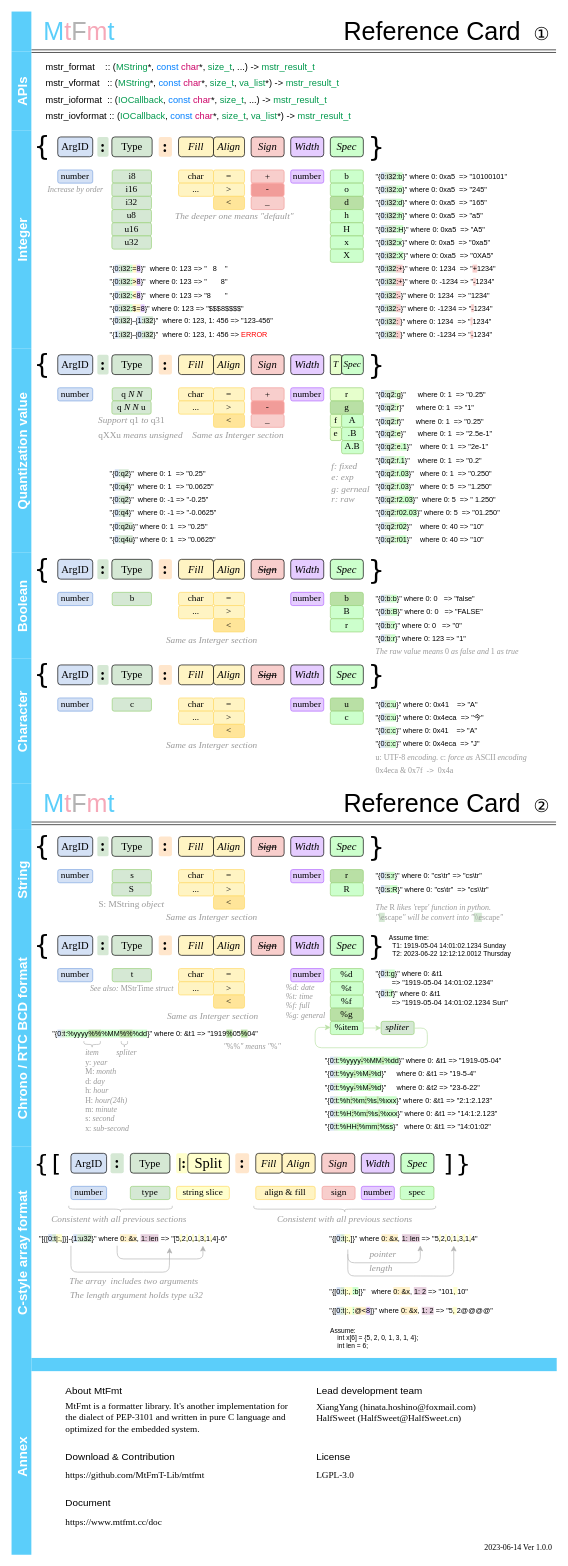
The draw.io diagram refcard.drawio in MtFmT-Lib/mtfmt, before the edit. Source tidied: cells renumbered, new cells numbered last; positions are measured from the earlier drawing's top-left corner, leaving out a move shared by most shapes. Both pictures are drawn from the tidied source at 66%, with x=0, y=0 at pixel (11, 11).
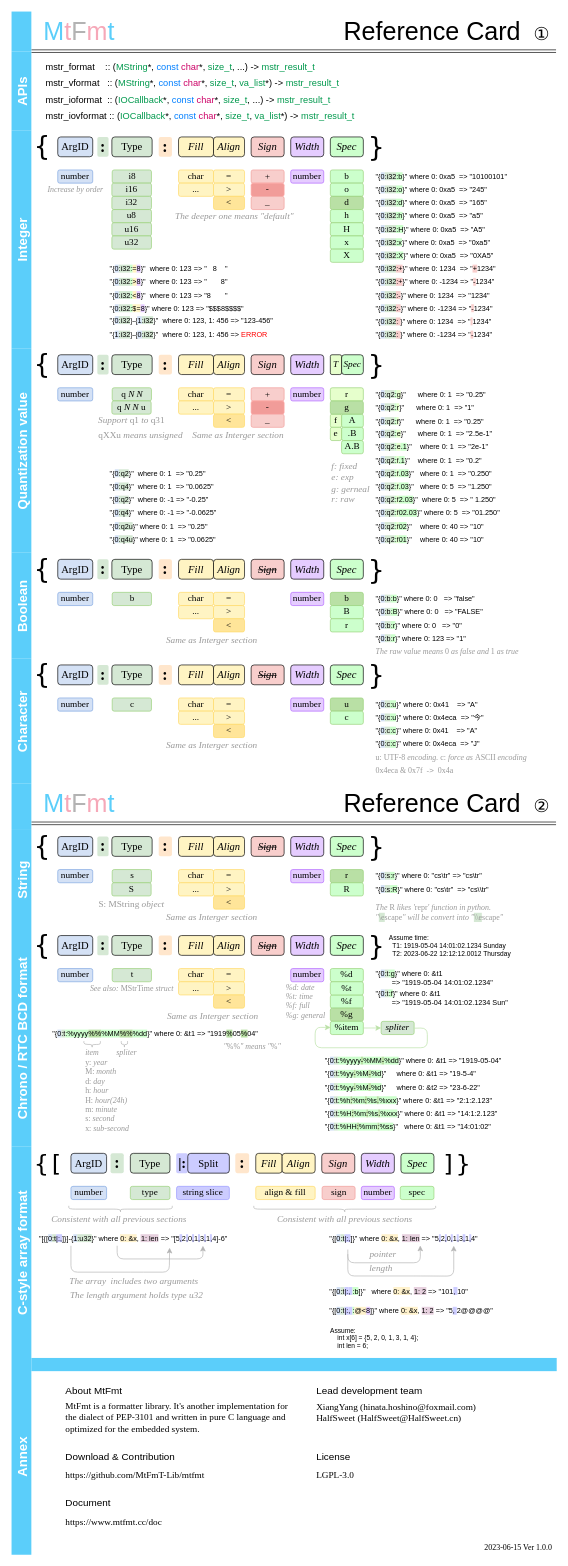
The same page after the edit.

Commit message:
fix: font size; bg color

The change refers to these unchanged cells:
```xml
<mxCell id="5" value="APIs" style="swimlane;horizontal=0;labelBackgroundColor=none;fontFamily=Yu Gothic UI Semibold;fontSize=20;fontColor=#FFFFFF;strokeColor=none;fillColor=#5BCEFA;swimlaneFillColor=none;startSize=30;" parent="1" vertex="1">
  <mxGeometry y="60" width="810" height="120" as="geometry" />
</mxCell>
<mxCell id="254" value="C-style array format" style="swimlane;horizontal=0;labelBackgroundColor=none;fontFamily=Yu Gothic UI Semibold;fontSize=20;fontColor=#FFFFFF;strokeColor=none;fillColor=#5BCEFA;swimlaneFillColor=none;startSize=30;" parent="1" vertex="1">
  <mxGeometry y="1720" width="820" height="320" as="geometry" />
</mxCell>
<mxCell id="298" value="Annex" style="swimlane;horizontal=0;labelBackgroundColor=none;fontFamily=Yu Gothic UI Semibold;fontSize=20;fontColor=#FFFFFF;strokeColor=none;fillColor=#5BCEFA;swimlaneFillColor=none;startSize=30;" parent="1" vertex="1">
  <mxGeometry y="2040" width="826" height="298" as="geometry" />
</mxCell>
```

Diff of the diagram source:
```diff
@@
-    <mxCell id="8" value="&lt;font face=&quot;Cascadia Code&quot; style=&quot;font-size: 14px;&quot;&gt;mstr_ioformat&amp;nbsp; :: (&lt;/font&gt;&lt;span style=&quot;color: rgb(0, 153, 77); font-family: &amp;quot;Cascadia Code&amp;quot;;&quot;&gt;IOCallback&lt;/span&gt;&lt;font face=&quot;Cascadia Code&quot; style=&quot;font-size: 14px;&quot;&gt;, &lt;font color=&quot;#007fff&quot;&gt;const&lt;/font&gt; &lt;font color=&quot;#cc0066&quot;&gt;char&lt;/font&gt;*, &lt;font color=&quot;#00994d&quot;&gt;size_t&lt;/font&gt;, ...) -&amp;gt; &lt;font color=&quot;#00994d&quot;&gt;mstr_result_t&lt;/font&gt;&amp;nbsp;&lt;/font&gt;" style="text;html=1;strokeColor=none;fillColor=none;align=left;verticalAlign=middle;whiteSpace=wrap;rounded=0;labelBackgroundColor=none;fontFamily=Times New Roman;fontSize=14;fontColor=#000000;" parent="5" vertex="1">
+    <mxCell id="8" value="&lt;font face=&quot;Cascadia Code&quot; style=&quot;font-size: 14px;&quot;&gt;mstr_ioformat&amp;nbsp; :: (&lt;/font&gt;&lt;span style=&quot;color: rgb(0, 153, 77); font-family: &amp;quot;Cascadia Code&amp;quot;;&quot;&gt;IOCallback&lt;/span&gt;&lt;span style=&quot;font-family: &amp;quot;Cascadia Code&amp;quot;;&quot;&gt;*&lt;/span&gt;&lt;font face=&quot;Cascadia Code&quot; style=&quot;font-size: 14px;&quot;&gt;, &lt;font color=&quot;#007fff&quot;&gt;const&lt;/font&gt; &lt;font color=&quot;#cc0066&quot;&gt;char&lt;/font&gt;*, &lt;font color=&quot;#00994d&quot;&gt;size_t&lt;/font&gt;, ...) -&amp;gt; &lt;font color=&quot;#00994d&quot;&gt;mstr_result_t&lt;/font&gt;&amp;nbsp;&lt;/font&gt;" style="text;html=1;strokeColor=none;fillColor=none;align=left;verticalAlign=middle;whiteSpace=wrap;rounded=0;labelBackgroundColor=none;fontFamily=Times New Roman;fontSize=14;fontColor=#000000;" parent="5" vertex="1">
       <mxGeometry x="50" y="61" width="736" height="25" as="geometry" />
     </mxCell>
-    <mxCell id="9" value="&lt;font face=&quot;Cascadia Code&quot; style=&quot;font-size: 14px;&quot;&gt;mstr_iovformat :: (&lt;/font&gt;&lt;span style=&quot;color: rgb(0, 153, 77); font-family: &amp;quot;Cascadia Code&amp;quot;;&quot;&gt;IOCallback&lt;/span&gt;&lt;font face=&quot;Cascadia Code&quot; style=&quot;font-size: 14px;&quot;&gt;, &lt;font color=&quot;#007fff&quot;&gt;const&lt;/font&gt; &lt;font color=&quot;#cc0066&quot;&gt;char&lt;/font&gt;*, &lt;font color=&quot;#00994d&quot;&gt;size_t&lt;/font&gt;,&amp;nbsp;&lt;/font&gt;&lt;span style=&quot;color: rgb(0, 153, 77); font-family: &amp;quot;Cascadia Code&amp;quot;;&quot;&gt;va_list&lt;/span&gt;&lt;span style=&quot;font-family: &amp;quot;Cascadia Code&amp;quot;;&quot;&gt;*&lt;/span&gt;&lt;font face=&quot;Cascadia Code&quot; style=&quot;font-size: 14px;&quot;&gt;) -&amp;gt; &lt;font color=&quot;#00994d&quot;&gt;mstr_result_t&lt;/font&gt;&amp;nbsp;&lt;/font&gt;" style="text;html=1;strokeColor=none;fillColor=none;align=left;verticalAlign=middle;whiteSpace=wrap;rounded=0;labelBackgroundColor=none;fontFamily=Times New Roman;fontSize=14;fontColor=#000000;" parent="5" vertex="1">
+    <mxCell id="9" value="&lt;font face=&quot;Cascadia Code&quot; style=&quot;font-size: 14px;&quot;&gt;mstr_iovformat :: (&lt;/font&gt;&lt;span style=&quot;color: rgb(0, 153, 77); font-family: &amp;quot;Cascadia Code&amp;quot;;&quot;&gt;IOCallback&lt;/span&gt;&lt;span style=&quot;font-family: &amp;quot;Cascadia Code&amp;quot;;&quot;&gt;*&lt;/span&gt;&lt;font face=&quot;Cascadia Code&quot; style=&quot;font-size: 14px;&quot;&gt;, &lt;font color=&quot;#007fff&quot;&gt;const&lt;/font&gt; &lt;font color=&quot;#cc0066&quot;&gt;char&lt;/font&gt;*, &lt;font color=&quot;#00994d&quot;&gt;size_t&lt;/font&gt;,&amp;nbsp;&lt;/font&gt;&lt;span style=&quot;color: rgb(0, 153, 77); font-family: &amp;quot;Cascadia Code&amp;quot;;&quot;&gt;va_list&lt;/span&gt;&lt;span style=&quot;font-family: &amp;quot;Cascadia Code&amp;quot;;&quot;&gt;*&lt;/span&gt;&lt;font face=&quot;Cascadia Code&quot; style=&quot;font-size: 14px;&quot;&gt;) -&amp;gt; &lt;font color=&quot;#00994d&quot;&gt;mstr_result_t&lt;/font&gt;&amp;nbsp;&lt;/font&gt;" style="text;html=1;strokeColor=none;fillColor=none;align=left;verticalAlign=middle;whiteSpace=wrap;rounded=0;labelBackgroundColor=none;fontFamily=Times New Roman;fontSize=14;fontColor=#000000;" parent="5" vertex="1">
       <mxGeometry x="50" y="86" width="736" height="25" as="geometry" />
     </mxCell>
@@
-    <mxCell id="266" value="|:" style="rounded=1;whiteSpace=wrap;html=1;fontFamily=Times New Roman;fontSize=22;fontColor=#000000;fillColor=#FFFFCC;strokeColor=none;fontStyle=1;" parent="254" vertex="1">
+    <mxCell id="266" value="|:" style="rounded=1;whiteSpace=wrap;html=1;fontFamily=Times New Roman;fontSize=22;fontColor=#000000;fillColor=#CCCCFF;strokeColor=none;fontStyle=1;" parent="254" vertex="1">
       <mxGeometry x="249.5" y="10" width="17.5" height="30" as="geometry" />
     </mxCell>
-    <mxCell id="267" value="Split" style="rounded=1;whiteSpace=wrap;html=1;fontFamily=Times New Roman;fontSize=22;fontColor=#000000;fillColor=#FFFFCC;strokeColor=default;fontStyle=0;" parent="254" vertex="1">
+    <mxCell id="267" value="Split" style="rounded=1;whiteSpace=wrap;html=1;fontFamily=Times New Roman;fontSize=16;fontColor=#000000;fillColor=#CCCCFF;strokeColor=default;fontStyle=0;" parent="254" vertex="1">
       <mxGeometry x="267" y="10" width="63" height="30" as="geometry" />
     </mxCell>
@@
-    <mxCell id="276" value="&lt;span style=&quot;font-style: normal;&quot;&gt;string slice&lt;/span&gt;" style="rounded=1;whiteSpace=wrap;html=1;fontFamily=Times New Roman;fontSize=14;fillColor=#FFFFCC;fontStyle=2;strokeColor=#FFD966;" parent="254" vertex="1">
+    <mxCell id="276" value="&lt;span style=&quot;font-style: normal;&quot;&gt;string slice&lt;/span&gt;" style="rounded=1;whiteSpace=wrap;html=1;fontFamily=Times New Roman;fontSize=14;fillColor=#CCCCFF;fontStyle=2;strokeColor=#9999FF;" parent="254" vertex="1">
       <mxGeometry x="250" y="60" width="80" height="20" as="geometry" />
     </mxCell>
@@
-    <mxCell id="279" value="&quot;{[&lt;span style=&quot;background-color: rgb(212, 225, 245); font-size: 11px;&quot;&gt;0&lt;/span&gt;&lt;span style=&quot;background-color: rgb(213, 232, 212); font-size: 11px;&quot;&gt;:t&lt;/span&gt;&lt;span style=&quot;background-color: rgb(255, 255, 204); font-size: 11px;&quot;&gt;&lt;span style=&quot;font-size: 11px;&quot;&gt;|:&lt;/span&gt;&lt;span style=&quot;font-size: 11px;&quot;&gt;,&lt;/span&gt;&lt;/span&gt;&lt;span style=&quot;font-size: 11px;&quot;&gt;]&lt;/span&gt;}&quot; where &lt;span style=&quot;background-color: rgb(255, 242, 204); font-size: 11px;&quot;&gt;0: &amp;amp;x&lt;/span&gt;, &lt;span style=&quot;background-color: rgb(230, 208, 222); font-size: 11px;&quot;&gt;1: len&lt;/span&gt; =&amp;gt; &quot;5&lt;span style=&quot;background-color: rgb(255, 255, 204); font-size: 11px;&quot;&gt;,&lt;/span&gt;2&lt;span style=&quot;background-color: rgb(255, 255, 204); font-size: 11px;&quot;&gt;,&lt;/span&gt;0&lt;span style=&quot;background-color: rgb(255, 255, 204); font-size: 11px;&quot;&gt;,&lt;/span&gt;1&lt;span style=&quot;background-color: rgb(255, 255, 204); font-size: 11px;&quot;&gt;,&lt;/span&gt;3&lt;span style=&quot;background-color: rgb(255, 255, 204); font-size: 11px;&quot;&gt;,&lt;/span&gt;1&lt;span style=&quot;background-color: rgb(255, 255, 204); font-size: 11px;&quot;&gt;,&lt;/span&gt;4&quot;&amp;nbsp;" style="text;html=1;strokeColor=none;fillColor=none;align=left;verticalAlign=middle;whiteSpace=wrap;rounded=0;labelBackgroundColor=none;fontFamily=Cascadia Code;fontSize=11;fontColor=#000000;" parent="254" vertex="1">
+    <mxCell id="279" value="&quot;{[&lt;span style=&quot;background-color: rgb(212, 225, 245); font-size: 11px;&quot;&gt;0&lt;/span&gt;&lt;span style=&quot;background-color: rgb(213, 232, 212); font-size: 11px;&quot;&gt;:t&lt;/span&gt;&lt;span style=&quot;font-size: 11px; background-color: rgb(204, 204, 255);&quot;&gt;&lt;span style=&quot;font-size: 11px;&quot;&gt;|:&lt;/span&gt;&lt;span style=&quot;font-size: 11px;&quot;&gt;,&lt;/span&gt;&lt;/span&gt;&lt;span style=&quot;font-size: 11px;&quot;&gt;]&lt;/span&gt;}&quot; where &lt;span style=&quot;background-color: rgb(255, 242, 204); font-size: 11px;&quot;&gt;0: &amp;amp;x&lt;/span&gt;, &lt;span style=&quot;background-color: rgb(230, 208, 222); font-size: 11px;&quot;&gt;1: len&lt;/span&gt; =&amp;gt; &quot;5&lt;span style=&quot;background-color: rgb(204, 204, 255);&quot;&gt;,&lt;/span&gt;2&lt;span style=&quot;background-color: rgb(204, 204, 255);&quot;&gt;,&lt;/span&gt;0&lt;span style=&quot;background-color: rgb(204, 204, 255);&quot;&gt;,&lt;/span&gt;1&lt;span style=&quot;background-color: rgb(204, 204, 255);&quot;&gt;,&lt;/span&gt;3&lt;span style=&quot;background-color: rgb(204, 204, 255);&quot;&gt;,&lt;/span&gt;1&lt;span style=&quot;background-color: rgb(204, 204, 255);&quot;&gt;,&lt;/span&gt;4&quot;&amp;nbsp;" style="text;html=1;strokeColor=none;fillColor=none;align=left;verticalAlign=middle;whiteSpace=wrap;rounded=0;labelBackgroundColor=none;fontFamily=Cascadia Code;fontSize=11;fontColor=#000000;" parent="254" vertex="1">
       <mxGeometry x="480" y="130" width="340" height="18" as="geometry" />
     </mxCell>
@@
-    <mxCell id="284" value="&quot;{[&lt;span style=&quot;background-color: rgb(212, 225, 245); font-size: 11px;&quot;&gt;0&lt;/span&gt;&lt;span style=&quot;background-color: rgb(213, 232, 212); font-size: 11px;&quot;&gt;:t&lt;/span&gt;&lt;span style=&quot;background-color: rgb(255, 255, 204); font-size: 11px;&quot;&gt;|:&lt;/span&gt;&lt;span style=&quot;font-size: 11px;&quot;&gt;&lt;span style=&quot;background-color: rgb(255, 255, 204); font-size: 11px;&quot;&gt;, &lt;/span&gt;&lt;span style=&quot;background-color: rgb(204, 255, 204); font-size: 11px;&quot;&gt;:b&lt;/span&gt;&lt;/span&gt;&lt;span style=&quot;font-size: 11px;&quot;&gt;]&lt;/span&gt;}&quot;&amp;nbsp; &amp;nbsp;where &lt;span style=&quot;background-color: rgb(255, 242, 204); font-size: 11px;&quot;&gt;0: &amp;amp;x&lt;/span&gt;, &lt;span style=&quot;background-color: rgb(230, 208, 222); font-size: 11px;&quot;&gt;1: 2&lt;/span&gt; =&amp;gt; &quot;101&lt;span style=&quot;background-color: rgb(255, 255, 204); font-size: 11px;&quot;&gt;,&amp;nbsp;&lt;/span&gt;10&quot;&amp;nbsp;" style="text;html=1;strokeColor=none;fillColor=none;align=left;verticalAlign=middle;whiteSpace=wrap;rounded=0;labelBackgroundColor=none;fontFamily=Cascadia Code;fontSize=11;fontColor=#000000;" parent="254" vertex="1">
+    <mxCell id="284" value="&quot;{[&lt;span style=&quot;background-color: rgb(212, 225, 245); font-size: 11px;&quot;&gt;0&lt;/span&gt;&lt;span style=&quot;background-color: rgb(213, 232, 212); font-size: 11px;&quot;&gt;:t&lt;/span&gt;&lt;span style=&quot;font-size: 11px; background-color: rgb(204, 204, 255);&quot;&gt;|:&lt;/span&gt;&lt;span style=&quot;font-size: 11px;&quot;&gt;&lt;span style=&quot;font-size: 11px; background-color: rgb(204, 204, 255);&quot;&gt;, &lt;/span&gt;&lt;span style=&quot;background-color: rgb(204, 255, 204); font-size: 11px;&quot;&gt;:b&lt;/span&gt;&lt;/span&gt;&lt;span style=&quot;font-size: 11px;&quot;&gt;]&lt;/span&gt;}&quot;&amp;nbsp; &amp;nbsp;where &lt;span style=&quot;background-color: rgb(255, 242, 204); font-size: 11px;&quot;&gt;0: &amp;amp;x&lt;/span&gt;, &lt;span style=&quot;background-color: rgb(230, 208, 222); font-size: 11px;&quot;&gt;1: 2&lt;/span&gt; =&amp;gt; &quot;101&lt;span style=&quot;font-size: 11px; background-color: rgb(204, 204, 255);&quot;&gt;,&amp;nbsp;&lt;/span&gt;10&quot;&amp;nbsp;" style="text;html=1;strokeColor=none;fillColor=none;align=left;verticalAlign=middle;whiteSpace=wrap;rounded=0;labelBackgroundColor=none;fontFamily=Cascadia Code;fontSize=11;fontColor=#000000;" parent="254" vertex="1">
       <mxGeometry x="480" y="210" width="330" height="18" as="geometry" />
     </mxCell>
-    <mxCell id="285" value="&quot;{[&lt;span style=&quot;background-color: rgb(212, 225, 245); font-size: 11px;&quot;&gt;0&lt;/span&gt;&lt;span style=&quot;background-color: rgb(213, 232, 212); font-size: 11px;&quot;&gt;:t&lt;/span&gt;&lt;span style=&quot;background-color: rgb(255, 255, 204); font-size: 11px;&quot;&gt;|:&lt;/span&gt;&lt;span style=&quot;font-size: 11px;&quot;&gt;&lt;span style=&quot;background-color: rgb(255, 255, 204); font-size: 11px;&quot;&gt;, &lt;/span&gt;&lt;span style=&quot;background-color: rgb(204, 255, 204); font-size: 11px;&quot;&gt;:&lt;/span&gt;&lt;span style=&quot;background-color: rgb(255, 242, 204); font-size: 11px;&quot;&gt;@&amp;lt;&lt;/span&gt;&lt;span style=&quot;background-color: rgb(229, 204, 255); font-size: 11px;&quot;&gt;8&lt;/span&gt;&lt;/span&gt;&lt;span style=&quot;font-size: 11px;&quot;&gt;]&lt;/span&gt;}&quot; where &lt;span style=&quot;background-color: rgb(255, 242, 204); font-size: 11px;&quot;&gt;0: &amp;amp;x&lt;/span&gt;, &lt;span style=&quot;background-color: rgb(230, 208, 222); font-size: 11px;&quot;&gt;1: 2&lt;/span&gt; =&amp;gt; &quot;5&lt;span style=&quot;background-color: rgb(255, 255, 204); font-size: 11px;&quot;&gt;,&amp;nbsp;&lt;/span&gt;2@@@@&quot;&amp;nbsp;" style="text;html=1;strokeColor=none;fillColor=none;align=left;verticalAlign=middle;whiteSpace=wrap;rounded=0;labelBackgroundColor=none;fontFamily=Cascadia Code;fontSize=11;fontColor=#000000;" parent="254" vertex="1">
+    <mxCell id="285" value="&quot;{[&lt;span style=&quot;background-color: rgb(212, 225, 245); font-size: 11px;&quot;&gt;0&lt;/span&gt;&lt;span style=&quot;background-color: rgb(213, 232, 212); font-size: 11px;&quot;&gt;:t&lt;/span&gt;&lt;span style=&quot;font-size: 11px; background-color: rgb(204, 204, 255);&quot;&gt;|:&lt;/span&gt;&lt;span style=&quot;font-size: 11px;&quot;&gt;&lt;span style=&quot;font-size: 11px; background-color: rgb(204, 204, 255);&quot;&gt;, &lt;/span&gt;&lt;span style=&quot;background-color: rgb(204, 255, 204); font-size: 11px;&quot;&gt;:&lt;/span&gt;&lt;span style=&quot;background-color: rgb(255, 242, 204); font-size: 11px;&quot;&gt;@&amp;lt;&lt;/span&gt;&lt;span style=&quot;background-color: rgb(229, 204, 255); font-size: 11px;&quot;&gt;8&lt;/span&gt;&lt;/span&gt;&lt;span style=&quot;font-size: 11px;&quot;&gt;]&lt;/span&gt;}&quot; where &lt;span style=&quot;background-color: rgb(255, 242, 204); font-size: 11px;&quot;&gt;0: &amp;amp;x&lt;/span&gt;, &lt;span style=&quot;background-color: rgb(230, 208, 222); font-size: 11px;&quot;&gt;1: 2&lt;/span&gt; =&amp;gt; &quot;5&lt;span style=&quot;font-size: 11px; background-color: rgb(204, 204, 255);&quot;&gt;,&amp;nbsp;&lt;/span&gt;2@@@@&quot;&amp;nbsp;" style="text;html=1;strokeColor=none;fillColor=none;align=left;verticalAlign=middle;whiteSpace=wrap;rounded=0;labelBackgroundColor=none;fontFamily=Cascadia Code;fontSize=11;fontColor=#000000;" parent="254" vertex="1">
       <mxGeometry x="480" y="240" width="330" height="18" as="geometry" />
     </mxCell>
-    <mxCell id="286" value="&quot;[{[&lt;span style=&quot;background-color: rgb(212, 225, 245); font-size: 11px;&quot;&gt;0&lt;/span&gt;&lt;span style=&quot;background-color: rgb(213, 232, 212); font-size: 11px;&quot;&gt;:t&lt;/span&gt;&lt;span style=&quot;background-color: rgb(255, 255, 204); font-size: 11px;&quot;&gt;&lt;span style=&quot;font-size: 11px;&quot;&gt;|:&lt;/span&gt;&lt;span style=&quot;font-size: 11px;&quot;&gt;,&lt;/span&gt;&lt;/span&gt;&lt;span style=&quot;font-size: 11px;&quot;&gt;]&lt;/span&gt;}]-{&lt;span style=&quot;background-color: rgb(212, 225, 245); font-size: 11px;&quot;&gt;1&lt;/span&gt;&lt;span style=&quot;background-color: rgb(213, 232, 212); font-size: 11px;&quot;&gt;:u32&lt;/span&gt;}&quot; where &lt;span style=&quot;background-color: rgb(255, 242, 204); font-size: 11px;&quot;&gt;0: &amp;amp;x&lt;/span&gt;, &lt;span style=&quot;background-color: rgb(230, 208, 222); font-size: 11px;&quot;&gt;1: len&lt;/span&gt; =&amp;gt; &quot;[5&lt;span style=&quot;background-color: rgb(255, 255, 204); font-size: 11px;&quot;&gt;,&lt;/span&gt;2&lt;span style=&quot;background-color: rgb(255, 255, 204); font-size: 11px;&quot;&gt;,&lt;/span&gt;0&lt;span style=&quot;background-color: rgb(255, 255, 204); font-size: 11px;&quot;&gt;,&lt;/span&gt;1&lt;span style=&quot;background-color: rgb(255, 255, 204); font-size: 11px;&quot;&gt;,&lt;/span&gt;3&lt;span style=&quot;background-color: rgb(255, 255, 204); font-size: 11px;&quot;&gt;,&lt;/span&gt;1&lt;span style=&quot;background-color: rgb(255, 255, 204); font-size: 11px;&quot;&gt;,&lt;/span&gt;4]-6&quot;&amp;nbsp;" style="text;html=1;strokeColor=none;fillColor=none;align=left;verticalAlign=middle;whiteSpace=wrap;rounded=0;labelBackgroundColor=none;fontFamily=Cascadia Code;fontSize=11;fontColor=#000000;" parent="254" vertex="1">
+    <mxCell id="286" value="&quot;[{[&lt;span style=&quot;background-color: rgb(212, 225, 245); font-size: 11px;&quot;&gt;0&lt;/span&gt;&lt;span style=&quot;background-color: rgb(213, 232, 212); font-size: 11px;&quot;&gt;:t&lt;/span&gt;&lt;span style=&quot;font-size: 11px; background-color: rgb(204, 204, 255);&quot;&gt;&lt;span style=&quot;font-size: 11px;&quot;&gt;|:&lt;/span&gt;&lt;span style=&quot;font-size: 11px;&quot;&gt;,&lt;/span&gt;&lt;/span&gt;&lt;span style=&quot;font-size: 11px;&quot;&gt;]&lt;/span&gt;}]-{&lt;span style=&quot;background-color: rgb(212, 225, 245); font-size: 11px;&quot;&gt;1&lt;/span&gt;&lt;span style=&quot;background-color: rgb(213, 232, 212); font-size: 11px;&quot;&gt;:u32&lt;/span&gt;}&quot; where &lt;span style=&quot;background-color: rgb(255, 242, 204); font-size: 11px;&quot;&gt;0: &amp;amp;x&lt;/span&gt;, &lt;span style=&quot;background-color: rgb(230, 208, 222); font-size: 11px;&quot;&gt;1: len&lt;/span&gt; =&amp;gt; &quot;[5&lt;span style=&quot;font-size: 11px; background-color: rgb(204, 204, 255);&quot;&gt;,&lt;/span&gt;2&lt;span style=&quot;background-color: rgb(204, 204, 255);&quot;&gt;,&lt;/span&gt;0&lt;span style=&quot;background-color: rgb(204, 204, 255);&quot;&gt;,&lt;/span&gt;1&lt;span style=&quot;background-color: rgb(204, 204, 255);&quot;&gt;,&lt;/span&gt;3&lt;span style=&quot;background-color: rgb(204, 204, 255);&quot;&gt;,&lt;/span&gt;1&lt;span style=&quot;background-color: rgb(204, 204, 255);&quot;&gt;,&lt;/span&gt;4]-6&quot;&amp;nbsp;" style="text;html=1;strokeColor=none;fillColor=none;align=left;verticalAlign=middle;whiteSpace=wrap;rounded=0;labelBackgroundColor=none;fontFamily=Cascadia Code;fontSize=11;fontColor=#000000;" parent="254" vertex="1">
       <mxGeometry x="40" y="130" width="430" height="18" as="geometry" />
     </mxCell>
@@
-    <mxCell id="310" value="2023-06-14 Ver 1.0.0" style="text;html=1;strokeColor=none;fillColor=none;align=center;verticalAlign=middle;whiteSpace=wrap;rounded=0;fontFamily=Times New Roman;fontSize=12;" parent="298" vertex="1">
+    <mxCell id="310" value="2023-06-15 Ver 1.0.0" style="text;html=1;strokeColor=none;fillColor=none;align=center;verticalAlign=middle;whiteSpace=wrap;rounded=0;fontFamily=Times New Roman;fontSize=12;" parent="298" vertex="1">
       <mxGeometry x="710" y="278" width="116" height="20" as="geometry" />
     </mxCell>
```
